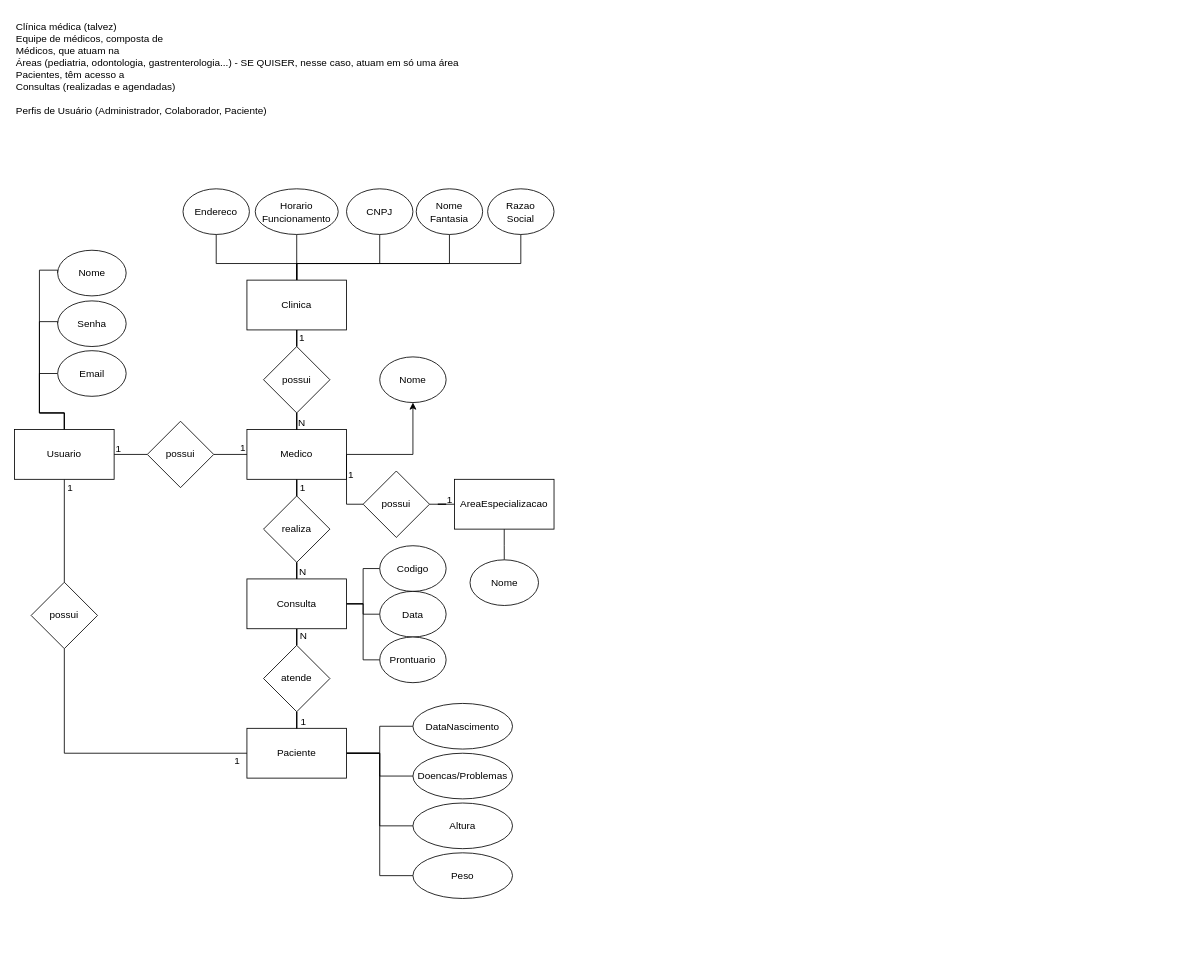
LucasBO7/senai-curso-repos-semestre-2 keeps this draw.io diagram as Banco de dados - Sprint 1/Projeto Health Clinic/Health Clinic.drawio. Above is the earlier version. Source tidied: cells renumbered, new cells numbered last; positions are measured from the earlier drawing's top-left corner, leaving out a move shared by most shapes. Both pictures are drawn from the tidied source at 83%, with x=0, y=0 at pixel (14, 14).
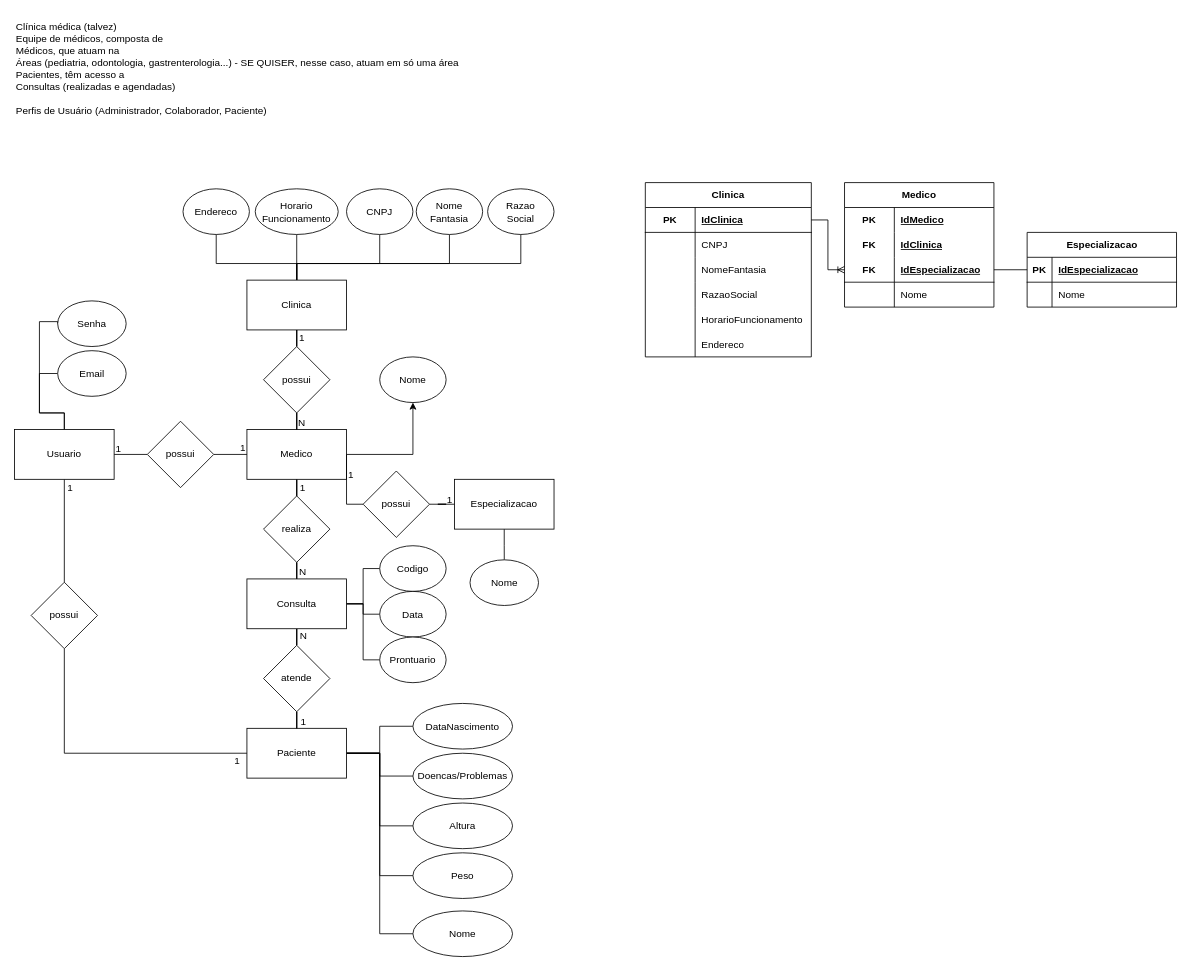
The same diagram, later.

The change refers to these unchanged cells:
```xml
<mxCell id="24" value="Usuario" style="rounded=0;whiteSpace=wrap;html=1;" parent="1" vertex="1">
  <mxGeometry y="500" width="120" height="60" as="geometry" />
</mxCell>
<mxCell id="37" value="Paciente" style="rounded=0;whiteSpace=wrap;html=1;" parent="1" vertex="1">
  <mxGeometry x="280" y="860" width="120" height="60" as="geometry" />
</mxCell>
```

The edit, as a diff of the source:
```diff
@@
-    <mxCell id="11" value="AreaEspecializacao" style="rounded=0;whiteSpace=wrap;html=1;" parent="1" vertex="1">
+    <mxCell id="11" value="Especializacao" style="rounded=0;whiteSpace=wrap;html=1;" parent="1" vertex="1">
       <mxGeometry x="530" y="560" width="120" height="60" as="geometry" />
     </mxCell>
@@
-    <mxCell id="23" style="edgeStyle=orthogonalEdgeStyle;jettySize=auto;html=1;entryX=0;entryY=0.5;entryDx=0;entryDy=0;rounded=0;endArrow=none;endFill=0;" parent="1" edge="1" source="24" target="61">
-      <mxGeometry relative="1" as="geometry">
-        <Array as="points">
-          <mxPoint x="60" y="480" />
-          <mxPoint x="30" y="480" />
-          <mxPoint x="30" y="308" />
-        </Array>
-      </mxGeometry>
-    </mxCell>
@@
+    <mxCell id="73" style="edgeStyle=orthogonalEdgeStyle;jettySize=auto;html=1;entryX=0;entryY=0.5;entryDx=0;entryDy=0;endArrow=none;endFill=0;rounded=0;" parent="1" edge="1" source="37" target="61">
+      <mxGeometry relative="1" as="geometry" />
+    </mxCell>
@@
-    <mxCell id="61" value="Nome" style="ellipse;whiteSpace=wrap;html=1;rounded=0;" parent="1" vertex="1">
-      <mxGeometry x="52" y="284" width="82.5" height="55" as="geometry" />
-    </mxCell>
@@
+    <mxCell id="74" value="Clinica" style="shape=table;startSize=30;childLayout=tableLayout;rowLines=0;fontStyle=1;align=center;html=1;whiteSpace=wrap;rounded=0;" parent="1" vertex="1">
+      <mxGeometry x="760" y="202.5" width="200" height="210" as="geometry" />
+    </mxCell>
+    <mxCell id="75" style="shape=tableRow;horizontal=0;startSize=0;swimlaneHead=0;swimlaneBody=0;fillColor=none;points=[[0,0.5],[1,0.5]];portConstraint=eastwest;top=0;left=0;right=0;bottom=1;html=1;rounded=0;" parent="74" vertex="1">
+      <mxGeometry y="30" width="200" height="30" as="geometry" />
+    </mxCell>
+    <mxCell id="76" value="PK" style="shape=partialRectangle;fillColor=none;top=0;left=0;bottom=0;right=0;fontStyle=1;overflow=hidden;html=1;whiteSpace=wrap;rounded=0;" parent="75" vertex="1">
+      <mxGeometry width="60" height="30" as="geometry" />
+    </mxCell>
+    <mxCell id="77" value="IdClinica" style="shape=partialRectangle;fillColor=none;top=0;left=0;bottom=0;right=0;align=left;spacingLeft=6;fontStyle=5;overflow=hidden;html=1;whiteSpace=wrap;rounded=0;" parent="75" vertex="1">
+      <mxGeometry x="60" width="140" height="30" as="geometry" />
+    </mxCell>
+    <mxCell id="78" style="shape=tableRow;horizontal=0;startSize=0;swimlaneHead=0;swimlaneBody=0;fillColor=none;top=0;left=0;right=0;bottom=0;html=1;rounded=0;" parent="74" vertex="1">
+      <mxGeometry y="60" width="200" height="30" as="geometry" />
+    </mxCell>
+    <mxCell id="79" style="shape=partialRectangle;fillColor=none;top=0;left=0;bottom=0;right=0;overflow=hidden;html=1;whiteSpace=wrap;rounded=0;" parent="78" vertex="1">
+      <mxGeometry width="60" height="30" as="geometry" />
+    </mxCell>
+    <mxCell id="80" value="CNPJ" style="shape=partialRectangle;fillColor=none;top=0;left=0;bottom=0;right=0;align=left;spacingLeft=6;overflow=hidden;html=1;whiteSpace=wrap;rounded=0;" parent="78" vertex="1">
+      <mxGeometry x="60" width="140" height="30" as="geometry" />
+    </mxCell>
+    <mxCell id="81" style="shape=tableRow;horizontal=0;startSize=0;swimlaneHead=0;swimlaneBody=0;fillColor=none;top=0;left=0;right=0;bottom=0;html=1;rounded=0;" parent="74" vertex="1">
+      <mxGeometry y="90" width="200" height="30" as="geometry" />
+    </mxCell>
+    <mxCell id="82" style="shape=partialRectangle;fillColor=none;top=0;left=0;bottom=0;right=0;overflow=hidden;html=1;whiteSpace=wrap;rounded=0;" parent="81" vertex="1">
+      <mxGeometry width="60" height="30" as="geometry" />
+    </mxCell>
+    <mxCell id="83" value="NomeFantasia" style="shape=partialRectangle;fillColor=none;top=0;left=0;bottom=0;right=0;align=left;spacingLeft=6;overflow=hidden;html=1;whiteSpace=wrap;rounded=0;" parent="81" vertex="1">
+      <mxGeometry x="60" width="140" height="30" as="geometry" />
+    </mxCell>
+    <mxCell id="84" style="shape=tableRow;horizontal=0;startSize=0;swimlaneHead=0;swimlaneBody=0;fillColor=none;top=0;left=0;right=0;bottom=0;html=1;rounded=0;" parent="74" vertex="1">
+      <mxGeometry y="120" width="200" height="30" as="geometry" />
+    </mxCell>
+    <mxCell id="85" style="shape=partialRectangle;fillColor=none;top=0;left=0;bottom=0;right=0;overflow=hidden;html=1;whiteSpace=wrap;rounded=0;" parent="84" vertex="1">
+      <mxGeometry width="60" height="30" as="geometry" />
+    </mxCell>
+    <mxCell id="86" value="RazaoSocial" style="shape=partialRectangle;fillColor=none;top=0;left=0;bottom=0;right=0;align=left;spacingLeft=6;overflow=hidden;html=1;whiteSpace=wrap;rounded=0;" parent="84" vertex="1">
+      <mxGeometry x="60" width="140" height="30" as="geometry" />
+    </mxCell>
+    <mxCell id="87" style="shape=tableRow;horizontal=0;startSize=0;swimlaneHead=0;swimlaneBody=0;fillColor=none;top=0;left=0;right=0;bottom=0;html=1;rounded=0;" parent="74" vertex="1">
+      <mxGeometry y="150" width="200" height="30" as="geometry" />
+    </mxCell>
+    <mxCell id="88" style="shape=partialRectangle;fillColor=none;top=0;left=0;bottom=0;right=0;overflow=hidden;html=1;whiteSpace=wrap;rounded=0;" parent="87" vertex="1">
+      <mxGeometry width="60" height="30" as="geometry" />
+    </mxCell>
+    <mxCell id="89" value="HorarioFuncionamento" style="shape=partialRectangle;fillColor=none;top=0;left=0;bottom=0;right=0;align=left;spacingLeft=6;overflow=hidden;html=1;whiteSpace=wrap;rounded=0;" parent="87" vertex="1">
+      <mxGeometry x="60" width="140" height="30" as="geometry" />
+    </mxCell>
+    <mxCell id="90" style="shape=tableRow;horizontal=0;startSize=0;swimlaneHead=0;swimlaneBody=0;fillColor=none;top=0;left=0;right=0;bottom=0;html=1;rounded=0;" parent="74" vertex="1">
+      <mxGeometry y="180" width="200" height="30" as="geometry" />
+    </mxCell>
+    <mxCell id="91" style="shape=partialRectangle;fillColor=none;top=0;left=0;bottom=0;right=0;overflow=hidden;html=1;whiteSpace=wrap;rounded=0;" parent="90" vertex="1">
+      <mxGeometry width="60" height="30" as="geometry" />
+    </mxCell>
+    <mxCell id="92" value="Endereco" style="shape=partialRectangle;fillColor=none;top=0;left=0;bottom=0;right=0;align=left;spacingLeft=6;overflow=hidden;html=1;whiteSpace=wrap;rounded=0;" parent="90" vertex="1">
+      <mxGeometry x="60" width="140" height="30" as="geometry" />
+    </mxCell>
+    <mxCell id="93" value="Medico" style="shape=table;startSize=30;childLayout=tableLayout;rowLines=0;fontStyle=1;align=center;html=1;whiteSpace=wrap;rounded=0;" parent="1" vertex="1">
+      <mxGeometry x="1000" y="202.5" width="180" height="150" as="geometry" />
+    </mxCell>
+    <mxCell id="94" style="shape=tableRow;horizontal=0;startSize=0;swimlaneHead=0;swimlaneBody=0;fillColor=none;top=0;left=0;right=0;bottom=0;html=1;rounded=0;" parent="93" vertex="1">
+      <mxGeometry y="30" width="180" height="30" as="geometry" />
+    </mxCell>
+    <mxCell id="95" value="PK" style="shape=partialRectangle;fillColor=none;top=0;left=0;bottom=0;right=0;fontStyle=1;overflow=hidden;html=1;whiteSpace=wrap;rounded=0;" parent="94" vertex="1">
+      <mxGeometry width="60" height="30" as="geometry" />
+    </mxCell>
+    <mxCell id="96" value="IdMedico" style="shape=partialRectangle;fillColor=none;top=0;left=0;bottom=0;right=0;align=left;spacingLeft=6;fontStyle=5;overflow=hidden;html=1;whiteSpace=wrap;rounded=0;" parent="94" vertex="1">
+      <mxGeometry x="60" width="120" height="30" as="geometry" />
+    </mxCell>
+    <mxCell id="97" style="shape=tableRow;horizontal=0;startSize=0;swimlaneHead=0;swimlaneBody=0;fillColor=none;top=0;left=0;right=0;bottom=0;html=1;rounded=0;" parent="93" vertex="1">
+      <mxGeometry y="60" width="180" height="30" as="geometry" />
+    </mxCell>
+    <mxCell id="98" value="FK" style="shape=partialRectangle;fillColor=none;top=0;left=0;bottom=0;right=0;fontStyle=1;overflow=hidden;html=1;whiteSpace=wrap;rounded=0;" parent="97" vertex="1">
+      <mxGeometry width="60" height="30" as="geometry" />
+    </mxCell>
+    <mxCell id="99" value="IdClinica" style="shape=partialRectangle;fillColor=none;top=0;left=0;bottom=0;right=0;align=left;spacingLeft=6;fontStyle=5;overflow=hidden;html=1;whiteSpace=wrap;rounded=0;" parent="97" vertex="1">
+      <mxGeometry x="60" width="120" height="30" as="geometry" />
+    </mxCell>
+    <mxCell id="100" style="shape=tableRow;horizontal=0;startSize=0;swimlaneHead=0;swimlaneBody=0;fillColor=none;points=[[0,0.5],[1,0.5]];portConstraint=eastwest;top=0;left=0;right=0;bottom=1;html=1;rounded=0;" parent="93" vertex="1">
+      <mxGeometry y="90" width="180" height="30" as="geometry" />
+    </mxCell>
+    <mxCell id="101" value="FK" style="shape=partialRectangle;fillColor=none;top=0;left=0;bottom=0;right=0;fontStyle=1;overflow=hidden;html=1;whiteSpace=wrap;rounded=0;" parent="100" vertex="1">
+      <mxGeometry width="60" height="30" as="geometry" />
+    </mxCell>
+    <mxCell id="102" value="IdEspecializacao" style="shape=partialRectangle;fillColor=none;top=0;left=0;bottom=0;right=0;align=left;spacingLeft=6;fontStyle=5;overflow=hidden;html=1;whiteSpace=wrap;rounded=0;" parent="100" vertex="1">
+      <mxGeometry x="60" width="120" height="30" as="geometry" />
+    </mxCell>
+    <mxCell id="103" style="shape=tableRow;horizontal=0;startSize=0;swimlaneHead=0;swimlaneBody=0;fillColor=none;top=0;left=0;right=0;bottom=0;html=1;rounded=0;" parent="93" vertex="1">
+      <mxGeometry y="120" width="180" height="30" as="geometry" />
+    </mxCell>
+    <mxCell id="104" style="shape=partialRectangle;fillColor=none;top=0;left=0;bottom=0;right=0;overflow=hidden;html=1;whiteSpace=wrap;rounded=0;" parent="103" vertex="1">
+      <mxGeometry width="60" height="30" as="geometry" />
+    </mxCell>
+    <mxCell id="105" value="Nome" style="shape=partialRectangle;fillColor=none;top=0;left=0;bottom=0;right=0;align=left;spacingLeft=6;overflow=hidden;html=1;whiteSpace=wrap;rounded=0;" parent="103" vertex="1">
+      <mxGeometry x="60" width="120" height="30" as="geometry" />
+    </mxCell>
+    <mxCell id="106" style="edgeStyle=orthogonalEdgeStyle;jettySize=auto;html=1;entryX=0;entryY=0.5;entryDx=0;entryDy=0;endArrow=ERoneToMany;endFill=0;rounded=0;" parent="1" edge="1" source="75" target="100">
+      <mxGeometry relative="1" as="geometry" />
+    </mxCell>
+    <mxCell id="61" value="Nome" style="ellipse;whiteSpace=wrap;html=1;rounded=0;" parent="1" vertex="1">
+      <mxGeometry x="480" y="1080" width="120" height="55" as="geometry" />
+    </mxCell>
+    <mxCell id="107" value="Especializacao" style="shape=table;startSize=30;childLayout=tableLayout;rowLines=0;fontStyle=1;align=center;html=1;" parent="1" vertex="1">
+      <mxGeometry x="1220" y="262.5" width="180" height="90" as="geometry" />
+    </mxCell>
+    <mxCell id="108" style="shape=tableRow;horizontal=0;startSize=0;swimlaneHead=0;swimlaneBody=0;fillColor=none;points=[[0,0.5],[1,0.5]];portConstraint=eastwest;top=0;left=0;right=0;bottom=1;" parent="107" vertex="1">
+      <mxGeometry y="30" width="180" height="30" as="geometry" />
+    </mxCell>
+    <mxCell id="109" value="PK" style="shape=partialRectangle;fillColor=none;top=0;left=0;bottom=0;right=0;fontStyle=1;overflow=hidden;whiteSpace=wrap;html=1;" parent="108" vertex="1">
+      <mxGeometry width="30" height="30" as="geometry" />
+    </mxCell>
+    <mxCell id="110" value="IdEspecializacao" style="shape=partialRectangle;fillColor=none;top=0;left=0;bottom=0;right=0;align=left;spacingLeft=6;fontStyle=5;overflow=hidden;whiteSpace=wrap;html=1;" parent="108" vertex="1">
+      <mxGeometry x="30" width="150" height="30" as="geometry" />
+    </mxCell>
+    <mxCell id="111" style="shape=tableRow;horizontal=0;startSize=0;swimlaneHead=0;swimlaneBody=0;fillColor=none;top=0;left=0;right=0;bottom=0;" parent="107" vertex="1">
+      <mxGeometry y="60" width="180" height="30" as="geometry" />
+    </mxCell>
+    <mxCell id="112" style="shape=partialRectangle;fillColor=none;top=0;left=0;bottom=0;right=0;overflow=hidden;whiteSpace=wrap;html=1;" parent="111" vertex="1">
+      <mxGeometry width="30" height="30" as="geometry" />
+    </mxCell>
+    <mxCell id="113" value="Nome" style="shape=partialRectangle;fillColor=none;top=0;left=0;bottom=0;right=0;align=left;spacingLeft=6;overflow=hidden;whiteSpace=wrap;html=1;" parent="111" vertex="1">
+      <mxGeometry x="30" width="150" height="30" as="geometry" />
+    </mxCell>
+    <mxCell id="114" style="edgeStyle=orthogonalEdgeStyle;jettySize=auto;html=1;entryX=1;entryY=0.5;entryDx=0;entryDy=0;endArrow=none;endFill=0;" parent="1" edge="1" source="108" target="100">
+      <mxGeometry relative="1" as="geometry" />
+    </mxCell>
```
